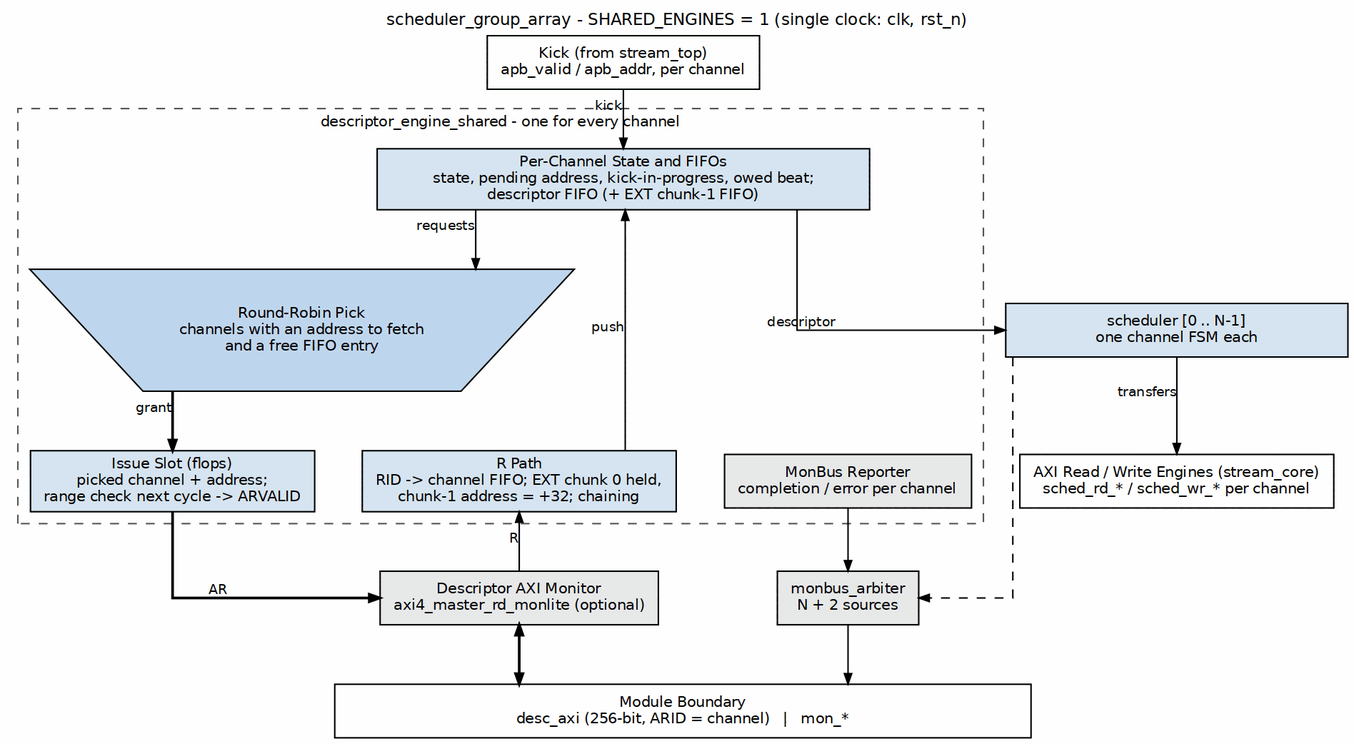
Before: projects/components/dma-ip/stream/docs/stream_mas/assets/graphviz/02_scheduler_group_array.png, a diagram exported from Graphviz (sean-galloway/RTLDesignSherpa). Its source is kept beside it as projects/components/dma-ip/stream/docs/stream_mas/assets/graphviz/02_scheduler_group_array.dot.
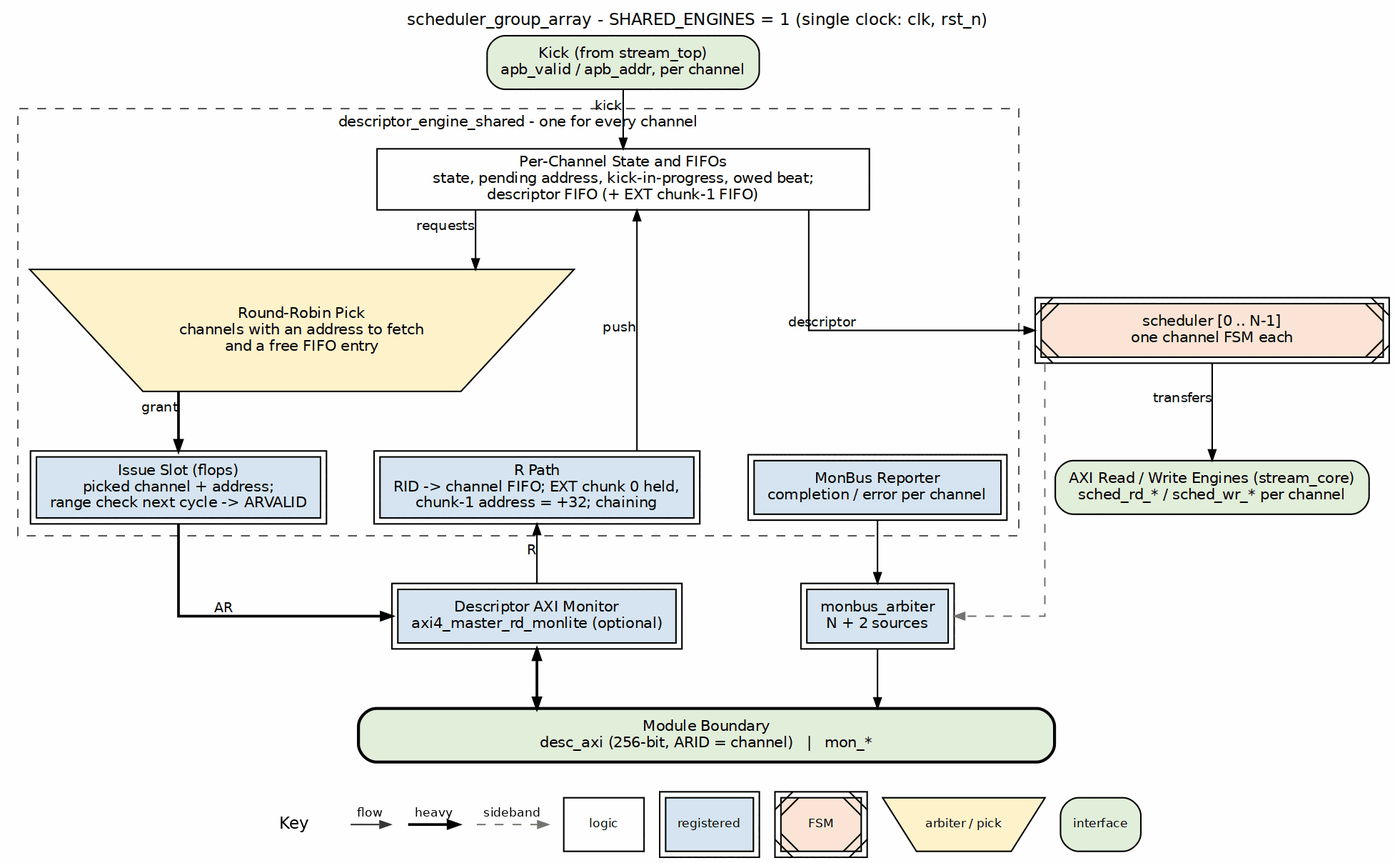
After the commit.

What changed in the source:
```diff
@@ -4,25 +4,25 @@
            label="scheduler_group_array - SHARED_ENGINES = 1 (single clock: clk, rst_n)",
            labelloc=t, labeljust=c];
     node  [fontname="Helvetica", fontsize=10, shape=box, style=filled,
-           fillcolor="#D6E4F0", color="black", margin="0.12,0.06"];
+           fillcolor="white", color="black", margin="0.12,0.06"];
     edge  [fontname="Helvetica", fontsize=9, color="black", arrowsize=0.7];
 
-    kick  [label="Kick (from stream_top)\napb_valid / apb_addr, per channel", fillcolor="white"];
-    sch   [label="scheduler [0 .. N-1]\none channel FSM each", width=3.2];
-    eng   [label="AXI Read / Write Engines (stream_core)\nsched_rd_* / sched_wr_* per channel", fillcolor="white"];
+    kick  [label="Kick (from stream_top)\napb_valid / apb_addr, per channel", fillcolor="white", style="rounded,filled", fillcolor="#E2EFDA"];
+    sch   [label="scheduler [0 .. N-1]\none channel FSM each", width=3.2, peripheries=2, style="filled,diagonals", fillcolor="#FCE4D6"];
+    eng   [label="AXI Read / Write Engines (stream_core)\nsched_rd_* / sched_wr_* per channel", fillcolor="white", style="rounded,filled", fillcolor="#E2EFDA"];
 
     subgraph cluster_eng {
         label="descriptor_engine_shared - one for every channel"; style=dashed; color="#555555"; fontsize=10;
-        fifos [label="Per-Channel State and FIFOs\nstate, pending address, kick-in-progress, owed beat;\ndescriptor FIFO (+ EXT chunk-1 FIFO)", width=4.6];
-        pick  [label="Round-Robin Pick\nchannels with an address to fetch\nand a free FIFO entry", shape=invtrapezium, width=4.0, fillcolor="#BFD7EE"];
-        slot  [label="Issue Slot (flops)\npicked channel + address;\nrange check next cycle -> ARVALID"];
-        rpath [label="R Path\nRID -> channel FIFO; EXT chunk 0 held,\nchunk-1 address = +32; chaining"];
-        rep   [label="MonBus Reporter\ncompletion / error per channel", fillcolor="#E8E8E8"];
+        fifos [label="Per-Channel State and FIFOs\nstate, pending address, kick-in-progress, owed beat;\ndescriptor FIFO (+ EXT chunk-1 FIFO)", width=4.6, style="filled", fillcolor="white"];
+        pick  [label="Round-Robin Pick\nchannels with an address to fetch\nand a free FIFO entry", shape=invtrapezium, width=4.0, fillcolor="#BFD7EE", style="filled", fillcolor="#FFF2CC"];
+        slot  [label="Issue Slot (flops)\npicked channel + address;\nrange check next cycle -> ARVALID", peripheries=2, style="filled", fillcolor="#D6E4F0"];
+        rpath [label="R Path\nRID -> channel FIFO; EXT chunk 0 held,\nchunk-1 address = +32; chaining", peripheries=2, style="filled", fillcolor="#D6E4F0"];
+        rep   [label="MonBus Reporter\ncompletion / error per channel", fillcolor="#E8E8E8", peripheries=2, style="filled", fillcolor="#D6E4F0"];
     }
 
-    dmon  [label="Descriptor AXI Monitor\naxi4_master_rd_monlite (optional)", fillcolor="#E8E8E8"];
-    marb  [label="monbus_arbiter\nN + 2 sources", fillcolor="#E8E8E8"];
-    bar   [label="Module Boundary\ndesc_axi (256-bit, ARID = channel)   |   mon_*", fillcolor="white", width=6.5];
+    dmon  [label="Descriptor AXI Monitor\naxi4_master_rd_monlite (optional)", fillcolor="#E8E8E8", peripheries=2, style="filled", fillcolor="#D6E4F0"];
+    marb  [label="monbus_arbiter\nN + 2 sources", fillcolor="#E8E8E8", peripheries=2, style="filled", fillcolor="#D6E4F0"];
+    bar   [label="Module Boundary\ndesc_axi (256-bit, ARID = channel)   |   mon_*", fillcolor="white", width=6.5, style="rounded,filled,bold", fillcolor="#E2EFDA"];
 
     kick  -> fifos [xlabel="kick"];
     fifos -> sch   [xlabel="descriptor"];
@@ -34,7 +34,7 @@
     rpath -> fifos [xlabel="push"];
     dmon  -> bar   [dir=both, penwidth=1.8];
     rep   -> marb;
-    sch   -> marb  [style=dashed];
+    sch   -> marb  [style=dashed, color="#777777"];
     marb  -> bar;
 
     { rank=same; kick; }
```
